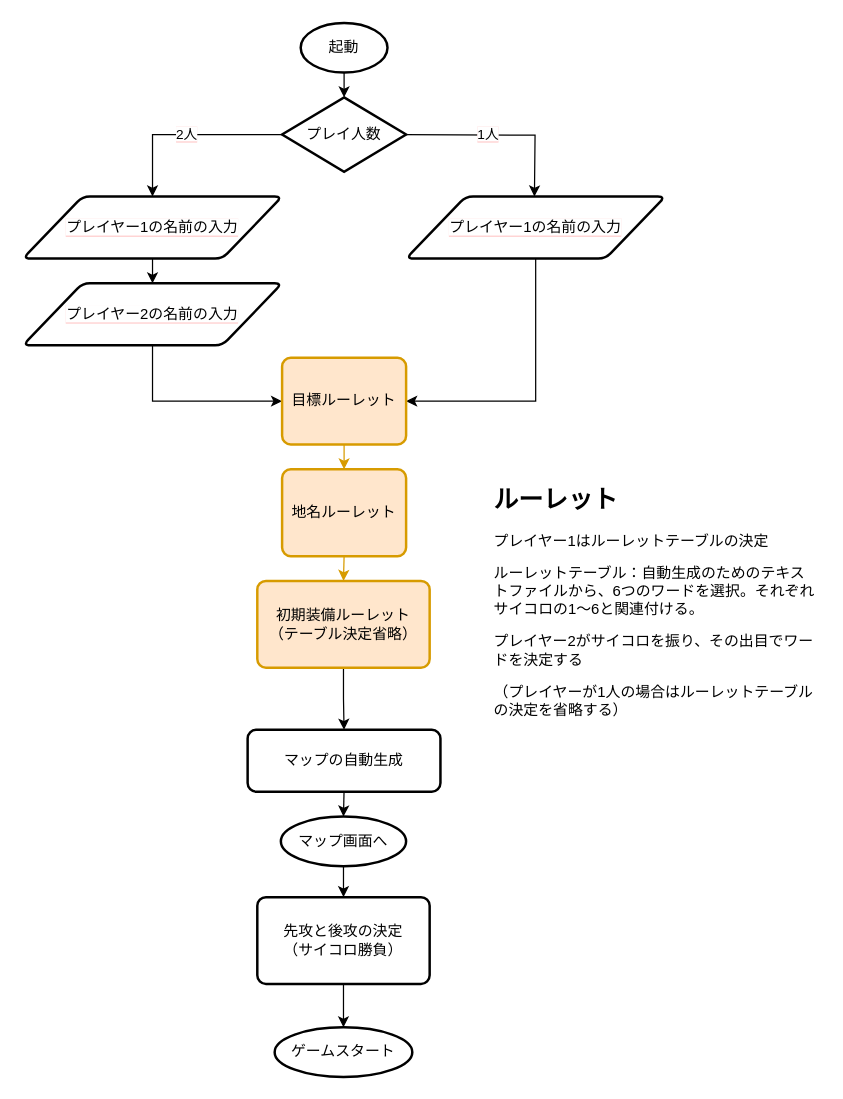
This is page "タイトル" (2 of 3) of Architecture.drawio from AK-8420/SugorokuRPG, a draw.io file, before an edit. Source tidied: cells renumbered, new cells numbered last; positions are measured from the earlier drawing's top-left corner, leaving out a move shared by most shapes. Both pictures are drawn from the tidied source at 124%, with x=0, y=0 at pixel (22, 22).
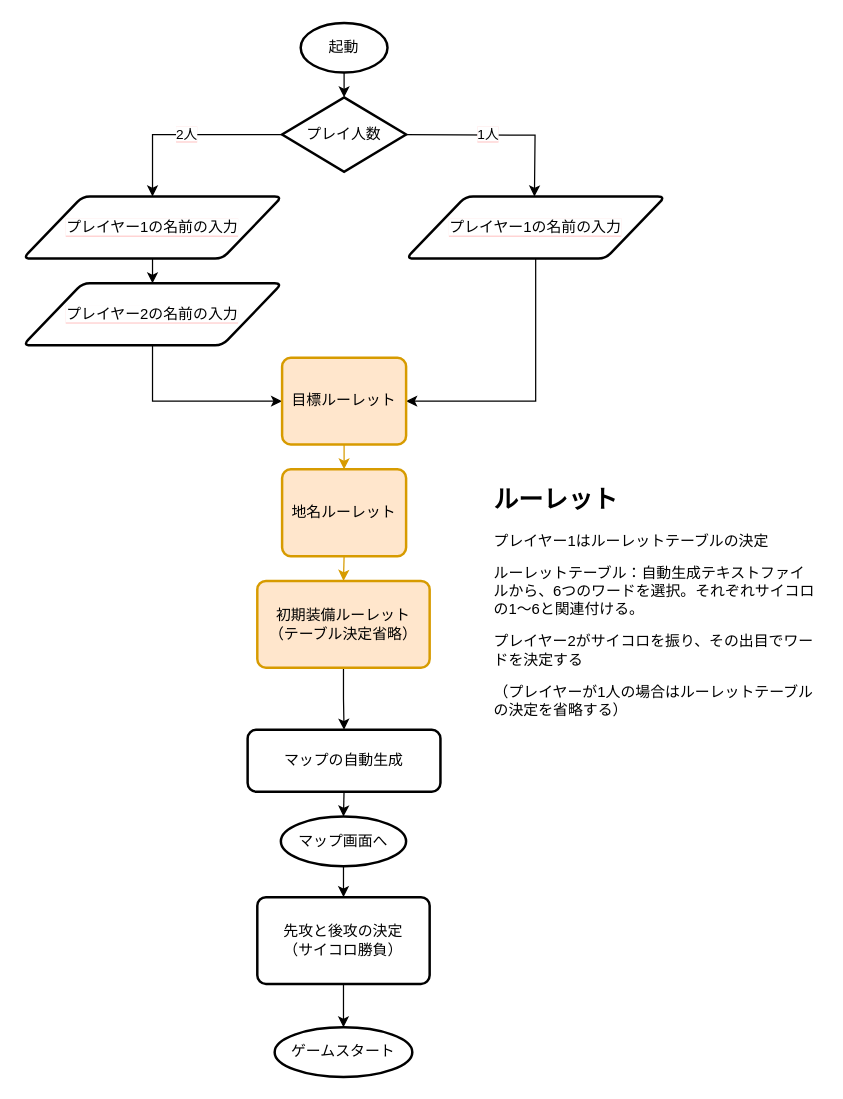
After the change.

What changed in the source:
```diff
@@
-    <mxCell id="26" value="&lt;h1 style=&quot;font-size: 20px&quot;&gt;ルーレット&lt;/h1&gt;&lt;p&gt;プレイヤー1はルーレットテーブルの決定&lt;/p&gt;&lt;p&gt;ルーレットテーブル：自動生成のためのテキストファイルから、6つのワードを選択。それぞれサイコロの1～6と関連付ける。&lt;br&gt;&lt;/p&gt;&lt;p&gt;プレイヤー2がサイコロを振り、その出目でワードを決定する&lt;/p&gt;&lt;p&gt;（プレイヤーが1人の場合はルーレットテーブルの決定を省略する）&lt;/p&gt;&lt;p&gt;&lt;br&gt;&lt;/p&gt;" style="text;html=1;strokeColor=none;fillColor=none;spacing=5;spacingTop=-20;whiteSpace=wrap;overflow=hidden;rounded=0;labelBackgroundColor=#FFFFFF;" parent="1" vertex="1">
+    <mxCell id="26" value="&lt;h1 style=&quot;font-size: 20px&quot;&gt;ルーレット&lt;/h1&gt;&lt;p&gt;プレイヤー1はルーレットテーブルの決定&lt;/p&gt;&lt;p&gt;ルーレットテーブル：自動生成テキストファイルから、6つのワードを選択。それぞれサイコロの1～6と関連付ける。&lt;br&gt;&lt;/p&gt;&lt;p&gt;プレイヤー2がサイコロを振り、その出目でワードを決定する&lt;/p&gt;&lt;p&gt;（プレイヤーが1人の場合はルーレットテーブルの決定を省略する）&lt;/p&gt;&lt;p&gt;&lt;br&gt;&lt;/p&gt;" style="text;html=1;strokeColor=none;fillColor=none;spacing=5;spacingTop=-20;whiteSpace=wrap;overflow=hidden;rounded=0;labelBackgroundColor=#FFFFFF;" parent="1" vertex="1">
       <mxGeometry x="375" y="370" width="270" height="210" as="geometry" />
     </mxCell>
```
